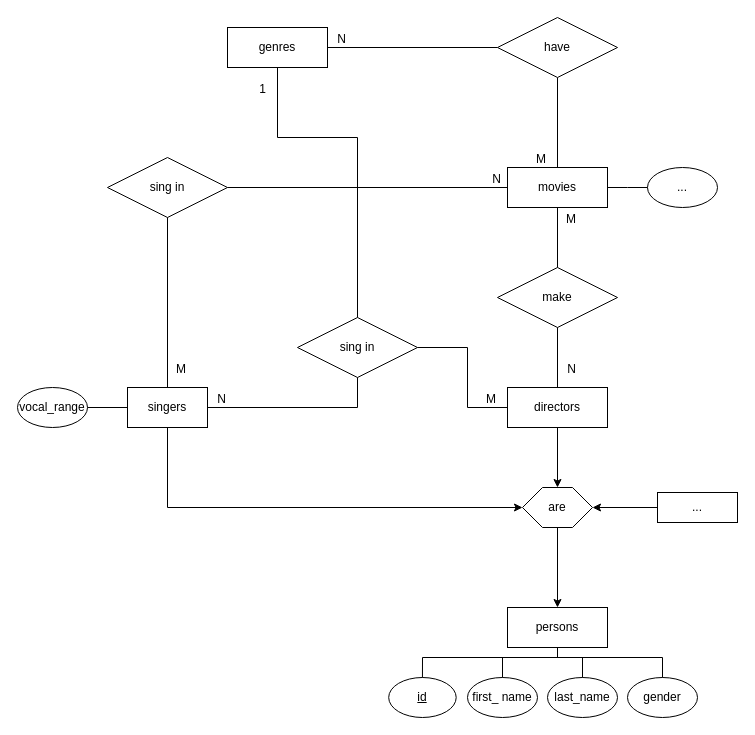
This is assignment_01/Aufgabe4.drawio from leoforster10010/UdS_BDE, a draw.io file, before an edit. Source tidied: cells renumbered, new cells numbered last; positions are measured from the earlier drawing's top-left corner, leaving out a move shared by most shapes. Both pictures are drawn from the tidied source at 100%, with x=0, y=0 at pixel (17, 17).
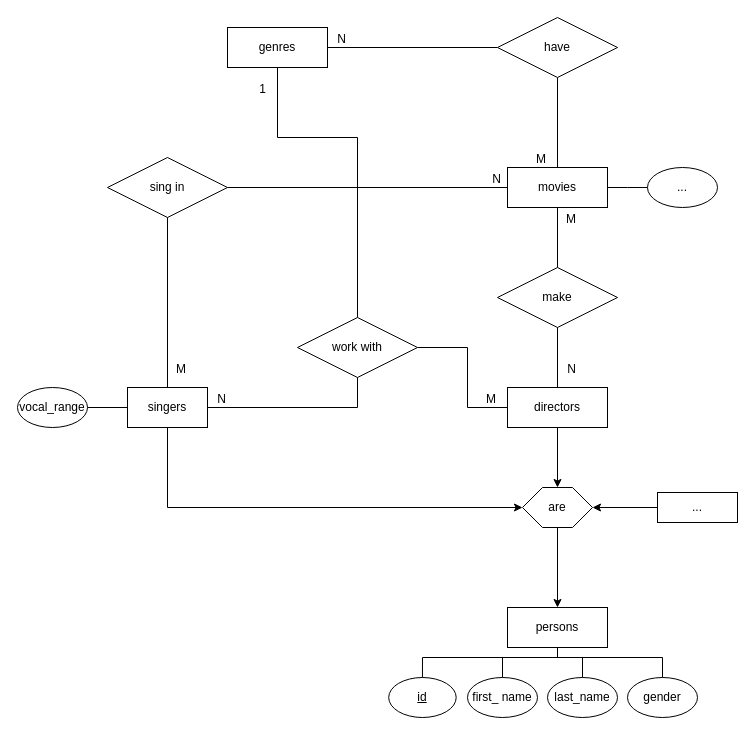
The same diagram, later.

The edit, as a diff of the source:
```diff
@@
-    <mxCell id="40" value="sing in" style="shape=rhombus;perimeter=rhombusPerimeter;whiteSpace=wrap;html=1;align=center;" parent="1" vertex="1">
+    <mxCell id="40" value="work with" style="shape=rhombus;perimeter=rhombusPerimeter;whiteSpace=wrap;html=1;align=center;" parent="1" vertex="1">
       <mxGeometry x="280" y="300" width="120" height="60" as="geometry" />
     </mxCell>
```
